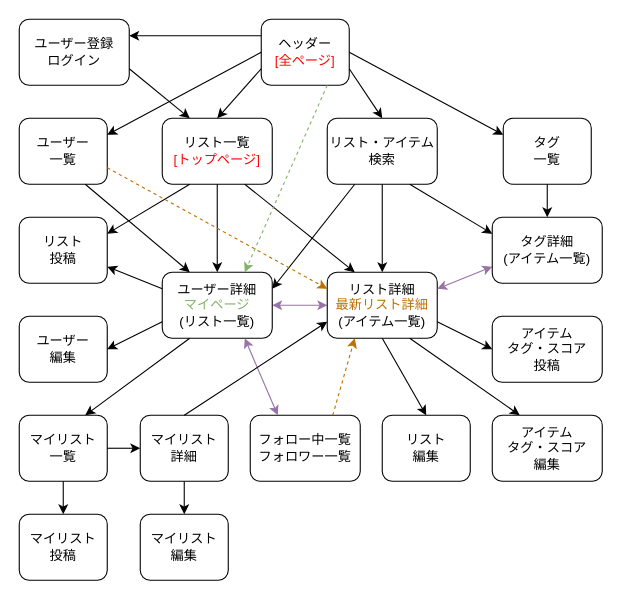
This is PageTransition.dio from avocado-don/five_level_tagging, a draw.io file, before an edit. Source tidied: cells renumbered, new cells numbered last; positions are measured from the earlier drawing's top-left corner, leaving out a move shared by most shapes. Both pictures are drawn from the tidied source at 110%, with x=0, y=0 at pixel (19, 19).
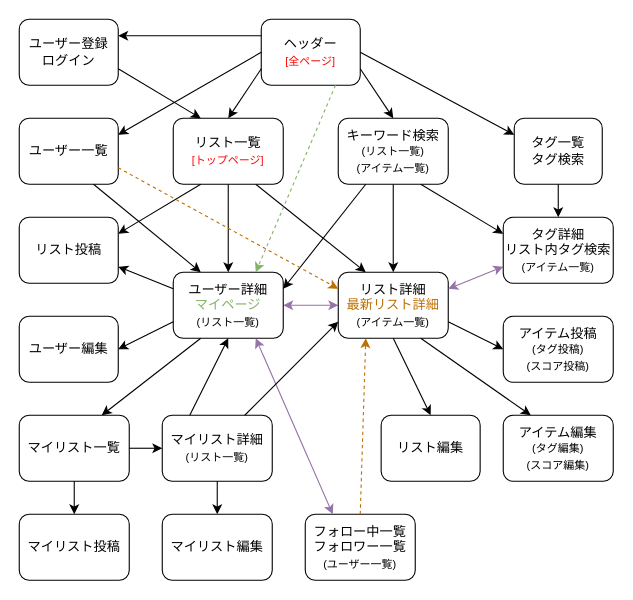
The same page after the edit.

Diff of the diagram source:
```diff
@@
     <mxCell id="2" value="ユーザー登録&lt;br&gt;ログイン" style="rounded=1;whiteSpace=wrap;html=1;" parent="1" vertex="1">
-      <mxGeometry width="100" height="60" as="geometry" />
+      <mxGeometry width="90" height="60" as="geometry" />
     </mxCell>
-    <mxCell id="3" value="ヘッダー&lt;br&gt;&lt;font color=&quot;#ff0000&quot;&gt;[全ページ]&lt;/font&gt;" style="rounded=1;whiteSpace=wrap;html=1;" parent="1" vertex="1">
-      <mxGeometry x="220" width="80" height="60" as="geometry" />
+    <mxCell id="3" value="ヘッダー&lt;br&gt;&lt;font style=&quot;font-size: 10px;&quot; color=&quot;#ff0000&quot;&gt;[全ページ]&lt;/font&gt;" style="rounded=1;whiteSpace=wrap;html=1;" parent="1" vertex="1">
+      <mxGeometry x="220" width="90" height="60" as="geometry" />
     </mxCell>
@@
-    <mxCell id="5" value="ユーザー詳細&lt;br&gt;&lt;font style=&quot;&quot; color=&quot;#82b366&quot;&gt;マイページ&lt;/font&gt;&lt;br&gt;(リスト一覧)" style="rounded=1;whiteSpace=wrap;html=1;" parent="1" vertex="1">
-      <mxGeometry x="130" y="230" width="100" height="60" as="geometry" />
+    <mxCell id="5" value="ユーザー詳細&lt;br&gt;&lt;font style=&quot;&quot; color=&quot;#82b366&quot;&gt;マイページ&lt;/font&gt;&lt;br&gt;&lt;font style=&quot;font-size: 10px;&quot;&gt;(リスト一覧)&lt;/font&gt;" style="rounded=1;whiteSpace=wrap;html=1;" parent="1" vertex="1">
+      <mxGeometry x="140" y="230" width="100" height="60" as="geometry" />
     </mxCell>
-    <mxCell id="6" value="ユーザー&lt;br&gt;編集" style="rounded=1;whiteSpace=wrap;html=1;" parent="1" vertex="1">
-      <mxGeometry y="270" width="80" height="60" as="geometry" />
+    <mxCell id="6" value="ユーザー編集" style="rounded=1;whiteSpace=wrap;html=1;" parent="1" vertex="1">
+      <mxGeometry y="270" width="90" height="60" as="geometry" />
     </mxCell>
-    <mxCell id="7" value="フォロー中一覧&lt;br&gt;フォロワー一覧" style="rounded=1;whiteSpace=wrap;html=1;" parent="1" vertex="1">
-      <mxGeometry x="210" y="360" width="100" height="60" as="geometry" />
+    <mxCell id="7" value="フォロー中一覧&lt;br&gt;フォロワー一覧&lt;br&gt;&lt;font style=&quot;font-size: 10px;&quot;&gt;(ユーザー一覧)&lt;/font&gt;" style="rounded=1;whiteSpace=wrap;html=1;" parent="1" vertex="1">
+      <mxGeometry x="260" y="450" width="100" height="60" as="geometry" />
     </mxCell>
-    <mxCell id="8" value="マイリスト&lt;br&gt;一覧" style="rounded=1;whiteSpace=wrap;html=1;" parent="1" vertex="1">
-      <mxGeometry y="360" width="80" height="60" as="geometry" />
+    <mxCell id="8" value="マイリスト一覧" style="rounded=1;whiteSpace=wrap;html=1;" parent="1" vertex="1">
+      <mxGeometry y="360" width="100" height="60" as="geometry" />
     </mxCell>
-    <mxCell id="9" value="マイリスト&lt;br&gt;詳細" style="rounded=1;whiteSpace=wrap;html=1;" parent="1" vertex="1">
-      <mxGeometry x="110" y="360" width="80" height="60" as="geometry" />
+    <mxCell id="9" value="マイリスト詳細&lt;br&gt;&lt;font style=&quot;font-size: 10px;&quot;&gt;(リスト一覧)&lt;/font&gt;" style="rounded=1;whiteSpace=wrap;html=1;" parent="1" vertex="1">
+      <mxGeometry x="130" y="360" width="100" height="60" as="geometry" />
     </mxCell>
-    <mxCell id="10" value="ユーザー&lt;br&gt;一覧" style="rounded=1;whiteSpace=wrap;html=1;" parent="1" vertex="1">
-      <mxGeometry y="90" width="80" height="60" as="geometry" />
+    <mxCell id="10" value="ユーザー一覧" style="rounded=1;whiteSpace=wrap;html=1;" parent="1" vertex="1">
+      <mxGeometry y="90" width="90" height="60" as="geometry" />
     </mxCell>
-    <mxCell id="11" value="リスト・アイテム&lt;br&gt;検索" style="rounded=1;whiteSpace=wrap;html=1;" parent="1" vertex="1">
-      <mxGeometry x="280" y="90" width="100" height="60" as="geometry" />
+    <mxCell id="11" value="キーワード検索&lt;br&gt;&lt;font style=&quot;font-size: 10px;&quot;&gt;(リスト一覧)&lt;br&gt;(アイテム一覧)&lt;/font&gt;" style="rounded=1;whiteSpace=wrap;html=1;" parent="1" vertex="1">
+      <mxGeometry x="290" y="90" width="100" height="60" as="geometry" />
     </mxCell>
-    <mxCell id="12" value="リスト一覧&lt;br&gt;&lt;font color=&quot;#ff0000&quot;&gt;[トップページ]&lt;/font&gt;" style="rounded=1;whiteSpace=wrap;html=1;" parent="1" vertex="1">
-      <mxGeometry x="130" y="90" width="100" height="60" as="geometry" />
+    <mxCell id="12" value="リスト一覧&lt;br&gt;&lt;font style=&quot;font-size: 10px;&quot; color=&quot;#ff0000&quot;&gt;[トップページ]&lt;/font&gt;" style="rounded=1;whiteSpace=wrap;html=1;" parent="1" vertex="1">
+      <mxGeometry x="140" y="90" width="100" height="60" as="geometry" />
     </mxCell>
-    <mxCell id="13" value="リスト&lt;br&gt;投稿" style="rounded=1;whiteSpace=wrap;html=1;" parent="1" vertex="1">
-      <mxGeometry y="180" width="80" height="60" as="geometry" />
+    <mxCell id="13" value="リスト投稿" style="rounded=1;whiteSpace=wrap;html=1;" parent="1" vertex="1">
+      <mxGeometry y="180" width="90" height="60" as="geometry" />
     </mxCell>
-    <mxCell id="14" value="リスト詳細&lt;br&gt;&lt;font style=&quot;&quot; color=&quot;#bd7000&quot;&gt;最新リスト詳細&lt;/font&gt;&lt;br&gt;(アイテム一覧)" style="rounded=1;whiteSpace=wrap;html=1;" parent="1" vertex="1">
-      <mxGeometry x="280" y="230" width="100" height="60" as="geometry" />
+    <mxCell id="14" value="リスト詳細&lt;br&gt;&lt;font style=&quot;&quot; color=&quot;#bd7000&quot;&gt;最新リスト詳細&lt;/font&gt;&lt;br&gt;&lt;font style=&quot;font-size: 10px;&quot;&gt;(アイテム一覧)&lt;/font&gt;" style="rounded=1;whiteSpace=wrap;html=1;" parent="1" vertex="1">
+      <mxGeometry x="290" y="230" width="100" height="60" as="geometry" />
     </mxCell>
-    <mxCell id="15" value="リスト&lt;br&gt;編集" style="rounded=1;whiteSpace=wrap;html=1;" parent="1" vertex="1">
-      <mxGeometry x="330" y="360" width="80" height="60" as="geometry" />
+    <mxCell id="15" value="リスト編集" style="rounded=1;whiteSpace=wrap;html=1;" parent="1" vertex="1">
+      <mxGeometry x="329" y="360" width="90" height="60" as="geometry" />
     </mxCell>
-    <mxCell id="16" value="タグ&lt;br&gt;一覧" style="rounded=1;whiteSpace=wrap;html=1;" parent="1" vertex="1">
-      <mxGeometry x="440" y="90" width="80" height="60" as="geometry" />
+    <mxCell id="16" value="タグ一覧&lt;br&gt;タグ検索" style="rounded=1;whiteSpace=wrap;html=1;" parent="1" vertex="1">
+      <mxGeometry x="450" y="90" width="80" height="60" as="geometry" />
     </mxCell>
@@
-    <mxCell id="18" value="タグ詳細&lt;br&gt;(アイテム一覧)" style="rounded=1;whiteSpace=wrap;html=1;" parent="1" vertex="1">
-      <mxGeometry x="430" y="180" width="100" height="60" as="geometry" />
+    <mxCell id="18" value="タグ詳細&lt;br&gt;リスト内タグ検索&lt;br&gt;&lt;font style=&quot;font-size: 10px;&quot;&gt;(アイテム一覧)&lt;/font&gt;" style="rounded=1;whiteSpace=wrap;html=1;" parent="1" vertex="1">
+      <mxGeometry x="440" y="180" width="100" height="60" as="geometry" />
     </mxCell>
-    <mxCell id="19" value="アイテム&lt;br&gt;タグ・スコア&lt;br&gt;投稿" style="rounded=1;whiteSpace=wrap;html=1;" parent="1" vertex="1">
-      <mxGeometry x="430" y="270" width="100" height="60" as="geometry" />
+    <mxCell id="19" value="アイテム投稿&lt;br&gt;&lt;font style=&quot;font-size: 10px;&quot;&gt;(タグ投稿)&lt;br&gt;(スコア投稿)&lt;/font&gt;" style="rounded=1;whiteSpace=wrap;html=1;" parent="1" vertex="1">
+      <mxGeometry x="440" y="270" width="100" height="60" as="geometry" />
     </mxCell>
-    <mxCell id="20" value="アイテム&lt;br&gt;タグ・スコア&lt;br&gt;編集" style="rounded=1;whiteSpace=wrap;html=1;" parent="1" vertex="1">
-      <mxGeometry x="430" y="360" width="100" height="60" as="geometry" />
+    <mxCell id="20" value="アイテム編集&lt;br&gt;&lt;font style=&quot;font-size: 10px;&quot;&gt;(タグ編集)&lt;br&gt;(スコア編集)&lt;/font&gt;" style="rounded=1;whiteSpace=wrap;html=1;" parent="1" vertex="1">
+      <mxGeometry x="440" y="360" width="100" height="60" as="geometry" />
     </mxCell>
@@
-    <mxCell id="32" style="edgeStyle=none;html=1;exitX=0.5;exitY=0;exitDx=0;exitDy=0;entryX=0;entryY=0.75;entryDx=0;entryDy=0;fontColor=#FF0000;" parent="1" edge="1" source="9" target="14">
+    <mxCell id="32" style="edgeStyle=none;html=1;exitX=0.75;exitY=0;exitDx=0;exitDy=0;entryX=0;entryY=0.75;entryDx=0;entryDy=0;fontColor=#FF0000;" parent="1" edge="1" source="9" target="14">
       <mxGeometry relative="1" as="geometry" />
     </mxCell>
@@
-    <mxCell id="45" style="edgeStyle=none;html=1;exitX=0.75;exitY=0;exitDx=0;exitDy=0;fontColor=#FF0000;dashed=1;fillColor=#f0a30a;strokeColor=#BD7000;entryX=0.25;entryY=1;entryDx=0;entryDy=0;" parent="1" edge="1" source="7" target="14">
+    <mxCell id="45" style="edgeStyle=none;html=1;exitX=0.5;exitY=0;exitDx=0;exitDy=0;fontColor=#FF0000;dashed=1;fillColor=#f0a30a;strokeColor=#BD7000;entryX=0.25;entryY=1;entryDx=0;entryDy=0;" parent="1" edge="1" source="7" target="14">
       <mxGeometry relative="1" as="geometry" />
     </mxCell>
@@
-    <mxCell id="47" value="マイリスト&lt;br&gt;投稿" style="rounded=1;whiteSpace=wrap;html=1;" parent="1" vertex="1">
-      <mxGeometry y="450" width="80" height="60" as="geometry" />
+    <mxCell id="47" value="マイリスト投稿" style="rounded=1;whiteSpace=wrap;html=1;" parent="1" vertex="1">
+      <mxGeometry y="450" width="100" height="60" as="geometry" />
     </mxCell>
-    <mxCell id="48" value="マイリスト&lt;br&gt;編集" style="rounded=1;whiteSpace=wrap;html=1;" parent="1" vertex="1">
-      <mxGeometry x="110" y="450" width="80" height="60" as="geometry" />
+    <mxCell id="48" value="マイリスト編集" style="rounded=1;whiteSpace=wrap;html=1;" parent="1" vertex="1">
+      <mxGeometry x="130" y="450" width="100" height="60" as="geometry" />
     </mxCell>
@@
+    <mxCell id="51" style="edgeStyle=none;html=1;exitX=0.25;exitY=0;exitDx=0;exitDy=0;entryX=0.5;entryY=1;entryDx=0;entryDy=0;fontColor=#FF0000;" parent="1" edge="1" source="9" target="5">
+      <mxGeometry relative="1" as="geometry" />
+    </mxCell>
```
